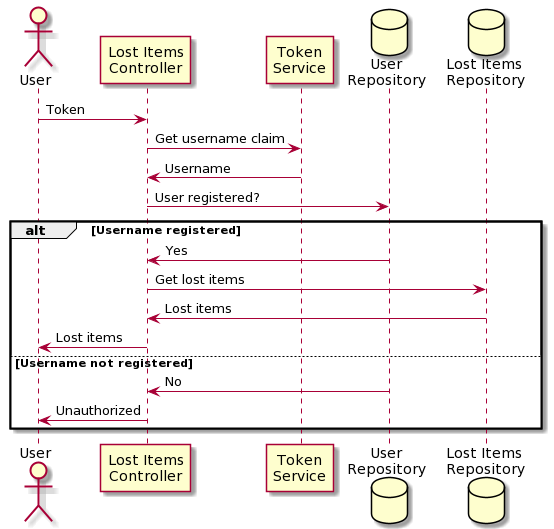
This is docs/lost.png from manoloesparta/lostinparadise, a PlantUML export, as it was before one commit.
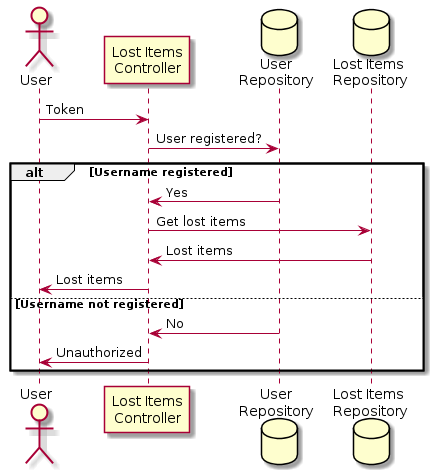
After the change.

What changed in the source:
```diff
@@ -1,13 +1,11 @@
-@startuml
+@startuml Lost Items Functionality
+
 actor User
 participant "Lost Items\nController" as Controller
-participant "Token\nService" as Token
 database "User\nRepository" as UserRepo
 database "Lost Items\n Repository" as LostRepo
 
 User -> Controller: Token
-Controller -> Token: Get username claim
-Token -> Controller: Username
 Controller -> UserRepo: User registered?
 
 alt Username registered
@@ -23,4 +21,5 @@
     Controller -> User: Unauthorized
 
 end
+
 @enduml
```
